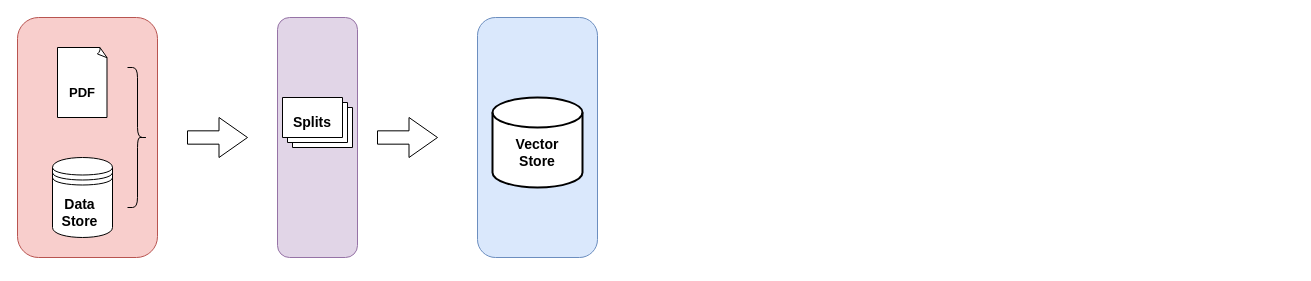
Earlier version of the draw.io diagram research/Architecture Diagram/system_diagram_REU.drawio (srithan09/Medical-Chatbot-using-LLM). Source tidied: cells renumbered, new cells numbered last; positions are measured from the earlier drawing's top-left corner, leaving out a move shared by most shapes. Both pictures are drawn from the tidied source at 100%, with x=0, y=0 at pixel (17, 17).
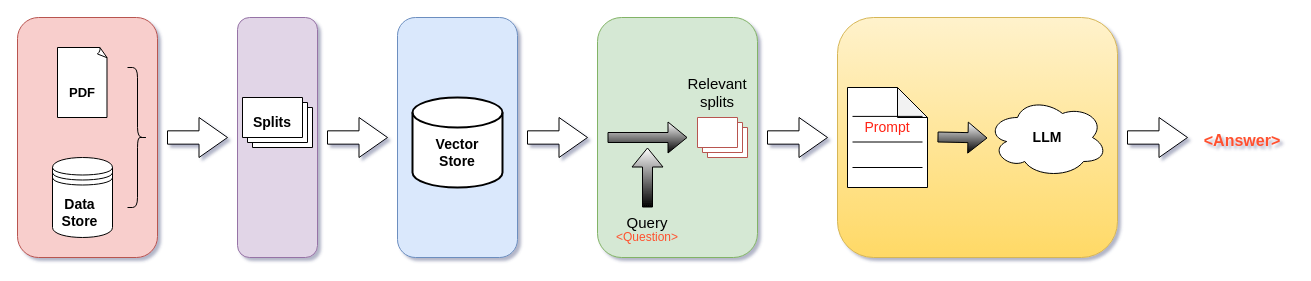
The same diagram, later.

The edit, as a diff of the source:
```diff
@@
-<mxGraphModel>
+<mxGraphModel shadow="1">
@@
     <mxCell id="8" style="rounded=1;whiteSpace=wrap;html=1;fillColor=#e1d5e7;strokeColor=#9673a6;" parent="1" vertex="1">
-      <mxGeometry x="260" width="80" height="240" as="geometry" />
+      <mxGeometry x="220" width="80" height="240" as="geometry" />
     </mxCell>
     <mxCell id="9" style="verticalLabelPosition=bottom;verticalAlign=top;html=1;shape=mxgraph.basic.layered_rect;dx=10;whiteSpace=wrap;" parent="1" vertex="1">
-      <mxGeometry x="265" y="80" width="70" height="50" as="geometry" />
+      <mxGeometry x="225" y="80" width="70" height="50" as="geometry" />
     </mxCell>
     <mxCell id="10" value="&lt;font style=&quot;font-size: 14px;&quot;&gt;&lt;b&gt;Splits&lt;/b&gt;&lt;/font&gt;" style="text;html=1;align=center;verticalAlign=middle;whiteSpace=wrap;rounded=0;" parent="1" vertex="1">
-      <mxGeometry x="265" y="90" width="60" height="30" as="geometry" />
+      <mxGeometry x="225" y="90" width="60" height="30" as="geometry" />
     </mxCell>
     <mxCell id="11" style="shape=singleArrow;whiteSpace=wrap;html=1;arrowWidth=0.3333333333333333;arrowSize=0.475;" parent="1" vertex="1">
-      <mxGeometry x="170" y="100" width="60" height="40" as="geometry" />
+      <mxGeometry x="150" y="100" width="60" height="40" as="geometry" />
     </mxCell>
     <mxCell id="12" style="rounded=1;whiteSpace=wrap;html=1;fillColor=#dae8fc;strokeColor=#6c8ebf;" parent="1" vertex="1">
-      <mxGeometry x="460" width="120" height="240" as="geometry" />
+      <mxGeometry x="380" width="120" height="240" as="geometry" />
     </mxCell>
     <mxCell id="13" style="shape=singleArrow;whiteSpace=wrap;html=1;arrowWidth=0.3333333333333333;arrowSize=0.475;" parent="1" vertex="1">
-      <mxGeometry x="360" y="100" width="60" height="40" as="geometry" />
+      <mxGeometry x="310" y="100" width="60" height="40" as="geometry" />
     </mxCell>
     <mxCell id="14" style="strokeWidth=2;html=1;shape=mxgraph.flowchart.database;whiteSpace=wrap;" parent="1" vertex="1">
-      <mxGeometry x="475" y="80" width="90" height="90" as="geometry" />
+      <mxGeometry x="395" y="80" width="90" height="90" as="geometry" />
     </mxCell>
     <mxCell id="15" value="&lt;font style=&quot;font-size: 14px;&quot;&gt;&lt;b&gt;Vector Store&lt;/b&gt;&lt;/font&gt;" style="text;html=1;align=center;verticalAlign=middle;whiteSpace=wrap;rounded=0;" parent="1" vertex="1">
-      <mxGeometry x="480" y="120" width="80" height="30" as="geometry" />
+      <mxGeometry x="400" y="120" width="80" height="30" as="geometry" />
     </mxCell>
+    <mxCell id="16" style="shape=singleArrow;whiteSpace=wrap;html=1;arrowWidth=0.3333333333333333;arrowSize=0.475;" parent="1" vertex="1">
+      <mxGeometry x="510" y="100" width="60" height="40" as="geometry" />
+    </mxCell>
+    <mxCell id="17" style="rounded=1;whiteSpace=wrap;html=1;fillColor=#d5e8d4;strokeColor=#82b366;" parent="1" vertex="1">
+      <mxGeometry x="580" width="160" height="240" as="geometry" />
+    </mxCell>
+    <mxCell id="18" style="verticalLabelPosition=bottom;verticalAlign=top;html=1;shape=mxgraph.basic.layered_rect;dx=10;whiteSpace=wrap;fillColor=#ffffff;strokeColor=#b85450;" parent="1" vertex="1">
+      <mxGeometry x="680" y="100" width="50" height="40" as="geometry" />
+    </mxCell>
+    <mxCell id="19" style="shape=flexArrow;endArrow=classic;html=1;rounded=0;fillColor=default;gradientColor=default;" parent="1" edge="1">
+      <mxGeometry relative="1" as="geometry">
+        <mxPoint x="590" y="120" as="sourcePoint" />
+        <mxPoint x="670" y="120" as="targetPoint" />
+      </mxGeometry>
+    </mxCell>
+    <mxCell id="20" style="shape=flexArrow;endArrow=classic;html=1;rounded=0;fillColor=default;gradientColor=default;" parent="1" edge="1">
+      <mxGeometry relative="1" as="geometry">
+        <mxPoint x="630" y="190" as="sourcePoint" />
+        <mxPoint x="630" y="130" as="targetPoint" />
+      </mxGeometry>
+    </mxCell>
+    <mxCell id="21" value="&lt;font style=&quot;font-size: 15px;&quot;&gt;Query&lt;/font&gt;" style="text;html=1;align=center;verticalAlign=middle;whiteSpace=wrap;rounded=0;" parent="1" vertex="1">
+      <mxGeometry x="600" y="190" width="60" height="30" as="geometry" />
+    </mxCell>
+    <mxCell id="22" value="&lt;font style=&quot;font-size: 15px;&quot;&gt;Relevant splits&lt;/font&gt;" style="text;html=1;align=center;verticalAlign=middle;whiteSpace=wrap;rounded=0;" parent="1" vertex="1">
+      <mxGeometry x="670" y="60" width="60" height="30" as="geometry" />
+    </mxCell>
+    <mxCell id="23" value="&lt;font color=&quot;#ff512e&quot;&gt;&amp;lt;Question&amp;gt;&lt;/font&gt;" style="text;html=1;align=center;verticalAlign=middle;whiteSpace=wrap;rounded=0;" parent="1" vertex="1">
+      <mxGeometry x="600" y="210" width="60" height="20" as="geometry" />
+    </mxCell>
+    <mxCell id="24" style="rounded=1;whiteSpace=wrap;html=1;fillColor=#fff2cc;strokeColor=#d6b656;gradientColor=#ffd966;" parent="1" vertex="1">
+      <mxGeometry x="820" width="280" height="240" as="geometry" />
+    </mxCell>
+    <mxCell id="25" style="shape=singleArrow;whiteSpace=wrap;html=1;arrowWidth=0.3333333333333333;arrowSize=0.475;" parent="1" vertex="1">
+      <mxGeometry x="750" y="100" width="60" height="40" as="geometry" />
+    </mxCell>
+    <mxCell id="26" style="shape=note;whiteSpace=wrap;html=1;backgroundOutline=1;darkOpacity=0.05;" parent="1" vertex="1">
+      <mxGeometry x="830" y="70" width="80" height="100" as="geometry" />
+    </mxCell>
+    <mxCell id="27" style="endArrow=none;html=1;rounded=0;" parent="1" edge="1">
+      <mxGeometry relative="1" as="geometry">
+        <mxPoint x="835" y="124.5" as="sourcePoint" />
+        <mxPoint x="905" y="124.5" as="targetPoint" />
+      </mxGeometry>
+    </mxCell>
+    <mxCell id="28" style="endArrow=none;html=1;rounded=0;" parent="1" edge="1">
+      <mxGeometry relative="1" as="geometry">
+        <mxPoint x="835" y="150" as="sourcePoint" />
+        <mxPoint x="905" y="150" as="targetPoint" />
+      </mxGeometry>
+    </mxCell>
+    <mxCell id="29" style="endArrow=none;html=1;rounded=0;" parent="1" edge="1">
+      <mxGeometry relative="1" as="geometry">
+        <mxPoint x="835" y="98.9" as="sourcePoint" />
+        <mxPoint x="905" y="98.9" as="targetPoint" />
+      </mxGeometry>
+    </mxCell>
+    <mxCell id="30" value="&lt;font color=&quot;#ff2212&quot; style=&quot;font-size: 14px;&quot;&gt;Prompt&lt;/font&gt;" style="text;html=1;align=center;verticalAlign=middle;whiteSpace=wrap;rounded=0;" parent="1" vertex="1">
+      <mxGeometry x="835" y="90" width="70" height="40" as="geometry" />
+    </mxCell>
+    <mxCell id="31" style="shape=flexArrow;endArrow=classic;html=1;rounded=0;fillColor=default;gradientColor=default;" parent="1" edge="1">
+      <mxGeometry relative="1" as="geometry">
+        <mxPoint x="920" y="119.5" as="sourcePoint" />
+        <mxPoint x="970" y="120.5" as="targetPoint" />
+      </mxGeometry>
+    </mxCell>
+    <mxCell id="32" style="ellipse;shape=cloud;whiteSpace=wrap;html=1;" parent="1" vertex="1">
+      <mxGeometry x="970" y="80" width="120" height="80" as="geometry" />
+    </mxCell>
+    <mxCell id="33" value="&lt;font style=&quot;font-size: 14px;&quot;&gt;&lt;b&gt;LLM&lt;/b&gt;&lt;/font&gt;" style="text;html=1;align=center;verticalAlign=middle;whiteSpace=wrap;rounded=0;" parent="1" vertex="1">
+      <mxGeometry x="1000" y="105" width="60" height="30" as="geometry" />
+    </mxCell>
+    <mxCell id="34" style="shape=singleArrow;whiteSpace=wrap;html=1;arrowWidth=0.3333333333333333;arrowSize=0.475;" parent="1" vertex="1">
+      <mxGeometry x="1110" y="100" width="60" height="40" as="geometry" />
+    </mxCell>
+    <mxCell id="35" value="&lt;font style=&quot;font-size: 16px;&quot; color=&quot;#ff512e&quot;&gt;&lt;b style=&quot;&quot;&gt;&amp;lt;Answer&amp;gt;&lt;/b&gt;&lt;/font&gt;" style="text;html=1;align=center;verticalAlign=middle;whiteSpace=wrap;rounded=0;" parent="1" vertex="1">
+      <mxGeometry x="1180" y="100" width="90" height="45" as="geometry" />
+    </mxCell>
```
